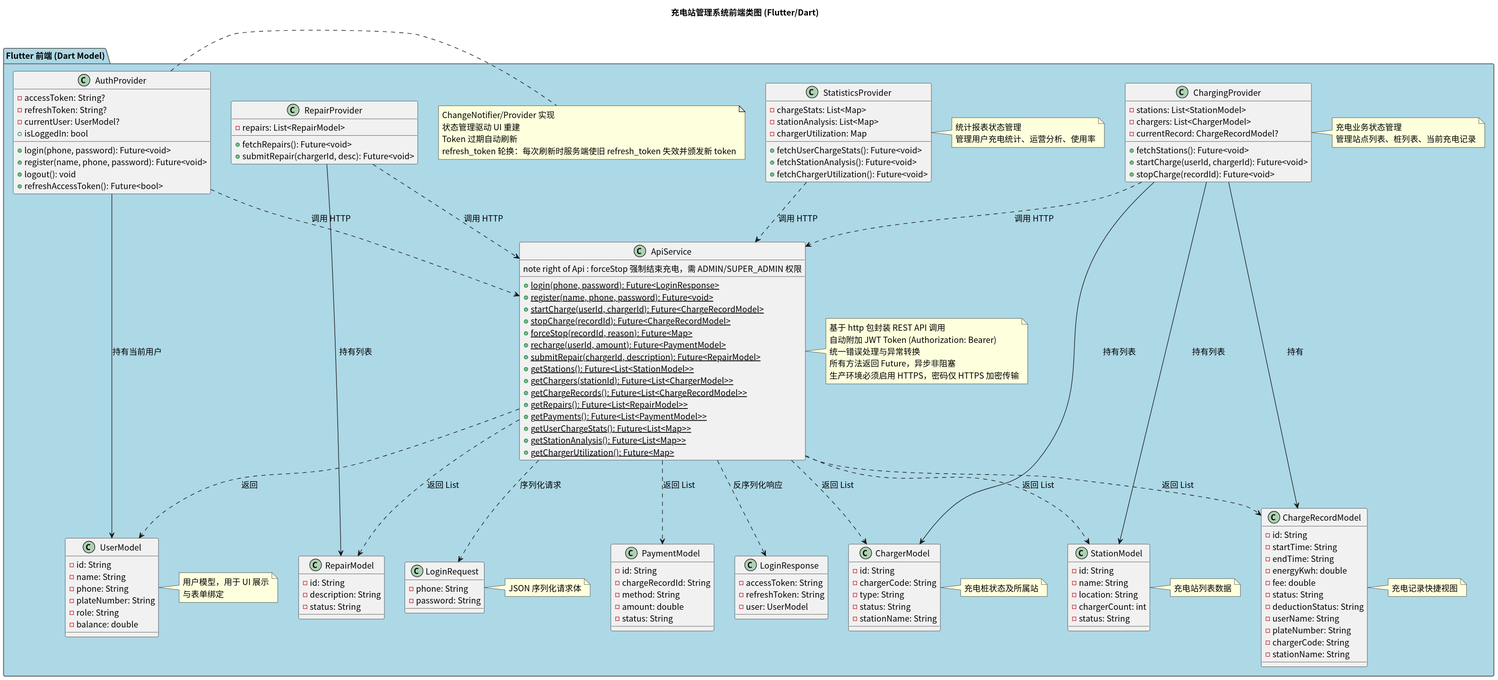
Before: class/img/frontend_class_diagram.svg, a diagram exported from PlantUML (greenhandzdl/charging-station-doc).
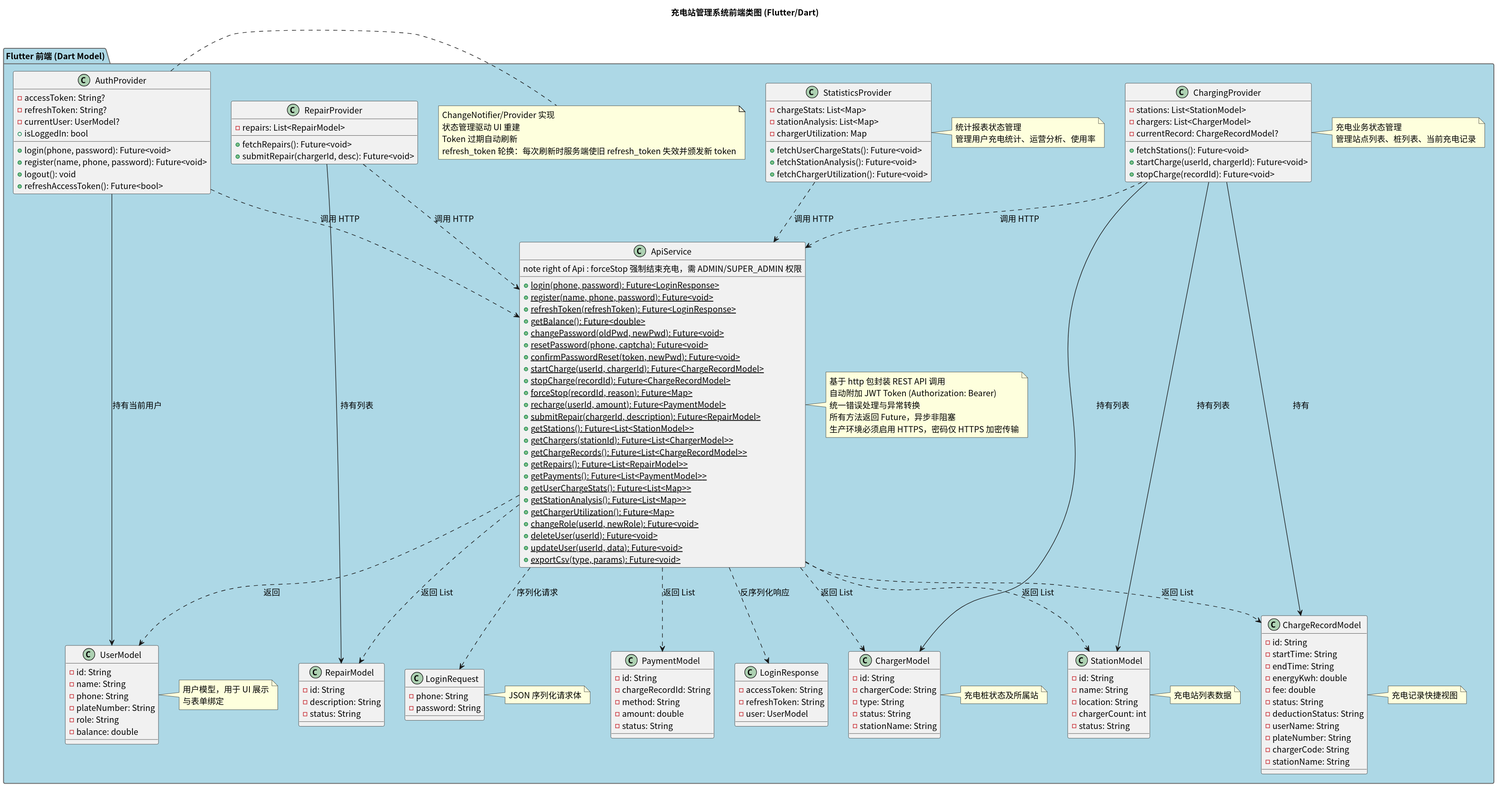
Later version of the same file.

Diff of the diagram source:
```diff
@@ -81,10 +81,15 @@
   class "ApiService" as Api {
     + {static} login(phone, password): Future<LoginResponse>
     + {static} register(name, phone, password): Future<void>
+    + {static} refreshToken(refreshToken): Future<LoginResponse>
+    + {static} getBalance(): Future<double>
+    + {static} changePassword(oldPwd, newPwd): Future<void>
+    + {static} resetPassword(phone, captcha): Future<void>
+    + {static} confirmPasswordReset(token, newPwd): Future<void>
     + {static} startCharge(userId, chargerId): Future<ChargeRecordModel>
     + {static} stopCharge(recordId): Future<ChargeRecordModel>
     + {static} forceStop(recordId, reason): Future<Map>
-	  note right of Api : forceStop 强制结束充电，需 ADMIN/SUPER_ADMIN 权限
+    note right of Api : forceStop 强制结束充电，需 ADMIN/SUPER_ADMIN 权限
     + {static} recharge(userId, amount): Future<PaymentModel>
     + {static} submitRepair(chargerId, description): Future<RepairModel>
     + {static} getStations(): Future<List<StationModel>>
@@ -95,6 +100,10 @@
     + {static} getUserChargeStats(): Future<List<Map>>
     + {static} getStationAnalysis(): Future<List<Map>>
     + {static} getChargerUtilization(): Future<Map>
+    + {static} changeRole(userId, newRole): Future<void>
+    + {static} deleteUser(userId): Future<void>
+    + {static} updateUser(userId, data): Future<void>
+    + {static} exportCsv(type, params): Future<void>
   }
   note right of Api : 基于 http 包封装 REST API 调用\n自动附加 JWT Token (Authorization: Bearer)\n统一错误处理与异常转换\n所有方法返回 Future，异步非阻塞\n生产环境必须启用 HTTPS，密码仅 HTTPS 加密传输
 
```
